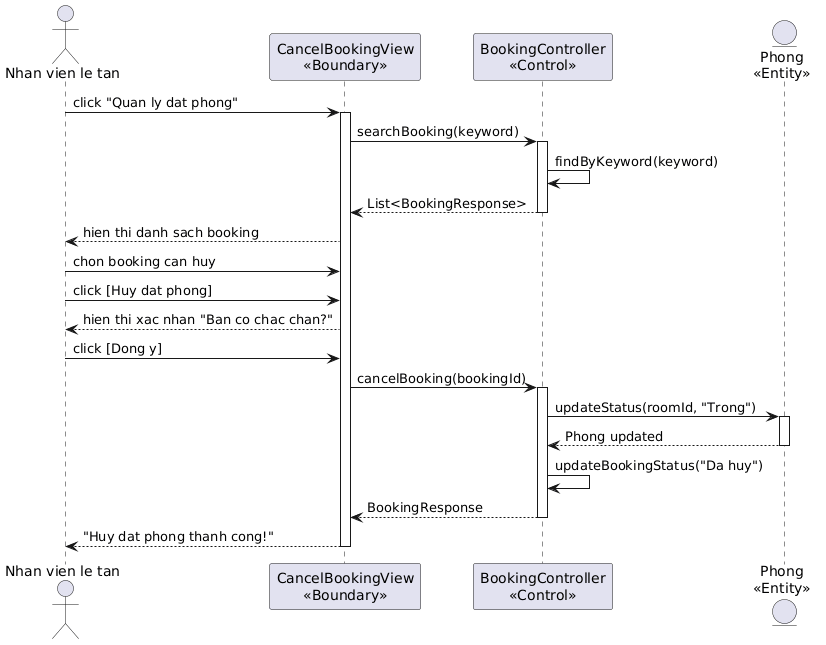
Above: output/diagrams/booking_seq_4.png in thanhtrnnn/cnpm (PlantUML), before the change.
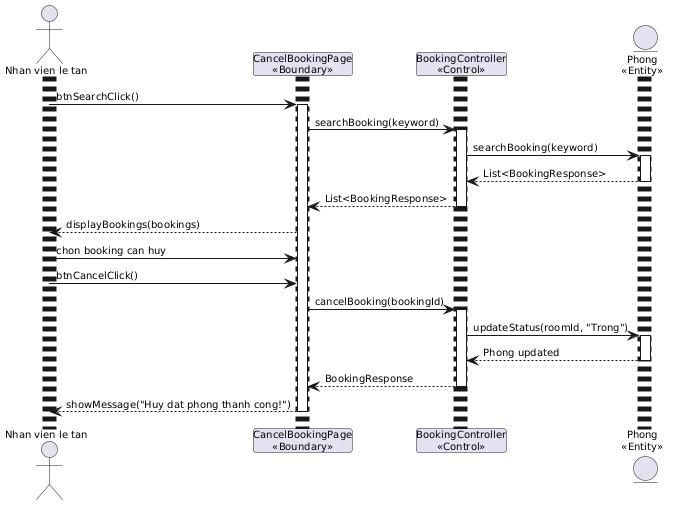
The same file after the commit.

Diff of the diagram source:
```diff
@@ -1,31 +1,44 @@
 @startuml
+skinparam defaultFontName "Arial"
+skinparam defaultFontSize 10
+skinparam shadowing false
+
+<style>
+sequenceDiagram {
+  actor { Padding 2 Margin 2 FontName "Arial" FontSize 10 }
+  participant { Padding 2 Margin 2 FontName "Arial" FontSize 10 }
+  lifeLine { LineThickness 1 Padding 4 }
+  message { FontName "Arial" FontSize 10 Padding 1 }
+}
+</style>
+
 actor "Nhan vien le tan" as NV
-participant "CancelBookingView\n<<Boundary>>" as Cancel
+participant "CancelBookingPage\n<<Boundary>>" as Cancel
 participant "BookingController\n<<Control>>" as Ctrl
 entity "Phong\n<<Entity>>" as Phong
 
-NV -> Cancel: click "Quan ly dat phong"
+NV -> Cancel: btnSearchClick()
 activate Cancel
 Cancel -> Ctrl: searchBooking(keyword)
 activate Ctrl
-Ctrl -> Ctrl: findByKeyword(keyword)
+Ctrl -> Phong: searchBooking(keyword)
+activate Phong
+Phong --> Ctrl: List<BookingResponse>
+deactivate Phong
 Ctrl --> Cancel: List<BookingResponse>
 deactivate Ctrl
-Cancel --> NV: hien thi danh sach booking
+Cancel --> NV: displayBookings(bookings)
 
 NV -> Cancel: chon booking can huy
-NV -> Cancel: click [Huy dat phong]
-Cancel --> NV: hien thi xac nhan "Ban co chac chan?"
-NV -> Cancel: click [Dong y]
+NV -> Cancel: btnCancelClick()
 Cancel -> Ctrl: cancelBooking(bookingId)
 activate Ctrl
 Ctrl -> Phong: updateStatus(roomId, "Trong")
 activate Phong
 Phong --> Ctrl: Phong updated
 deactivate Phong
-Ctrl -> Ctrl: updateBookingStatus("Da huy")
 Ctrl --> Cancel: BookingResponse
 deactivate Ctrl
-Cancel --> NV: "Huy dat phong thanh cong!"
+Cancel --> NV: showMessage("Huy dat phong thanh cong!")
 deactivate Cancel
 @enduml
```
